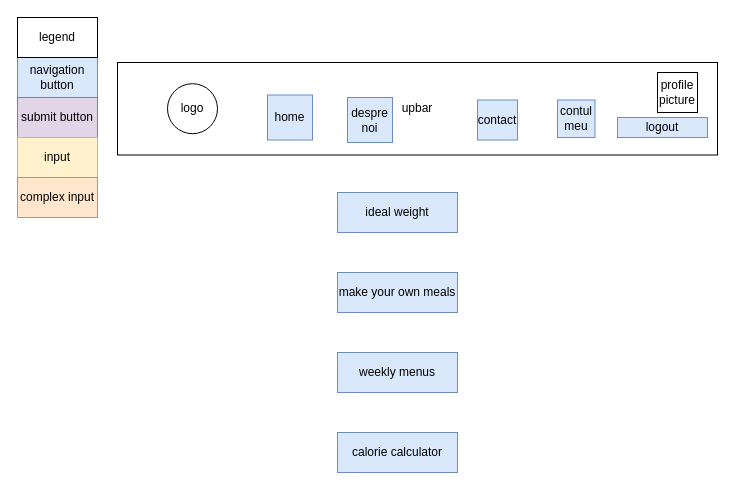
Above: page "after.login" (4 of 8) of docs/design/design.drawio in Ioan-Alexandru96/wellness-app (draw.io), before the change. Source tidied: cells renumbered, new cells numbered last; positions are measured from the earlier drawing's top-left corner, leaving out a move shared by most shapes. Both pictures are drawn from the tidied source at 100%, with x=0, y=0 at pixel (17, 17).
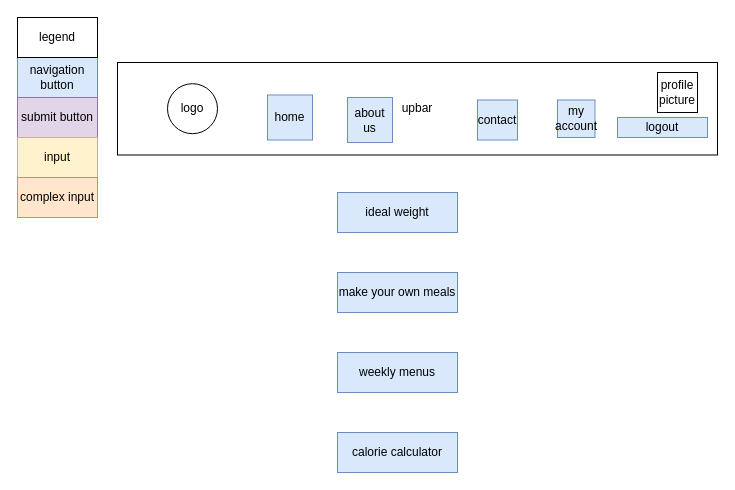
After the change.

Change to the diagram source:
```diff
@@
 <mxGraphModel>
   <root>
     <mxCell id="0" />
     <mxCell id="1" parent="0" />
     <mxCell id="2" value="upbar" style="rounded=0;whiteSpace=wrap;html=1;" parent="1" vertex="1">
       <mxGeometry x="100" y="45" width="600" height="92.5" as="geometry" />
     </mxCell>
     <mxCell id="3" value="logo" style="ellipse;whiteSpace=wrap;html=1;" parent="1" vertex="1">
       <mxGeometry x="150" y="66.2" width="50" height="50" as="geometry" />
     </mxCell>
     <mxCell id="4" value="home" style="whiteSpace=wrap;html=1;fillColor=#dae8fc;strokeColor=#6c8ebf;" parent="1" vertex="1">
       <mxGeometry x="250" y="77.5" width="45" height="45" as="geometry" />
     </mxCell>
     <mxCell id="5" value="contact" style="whiteSpace=wrap;html=1;fillColor=#dae8fc;strokeColor=#6c8ebf;" parent="1" vertex="1">
       <mxGeometry x="460" y="82.5" width="40" height="40" as="geometry" />
     </mxCell>
-    <mxCell id="6" value="despre noi" style="whiteSpace=wrap;html=1;fillColor=#dae8fc;strokeColor=#6c8ebf;" parent="1" vertex="1">
+    <mxCell id="6" value="about us" style="whiteSpace=wrap;html=1;fillColor=#dae8fc;strokeColor=#6c8ebf;" parent="1" vertex="1">
       <mxGeometry x="330" y="80" width="45" height="45" as="geometry" />
     </mxCell>
     <mxCell id="7" value="logout" style="rounded=0;whiteSpace=wrap;html=1;fillColor=#dae8fc;strokeColor=#6c8ebf;" parent="1" vertex="1">
       <mxGeometry x="600" y="100" width="90" height="20" as="geometry" />
     </mxCell>
-    <mxCell id="8" value="contul meu" style="whiteSpace=wrap;html=1;fillColor=#dae8fc;strokeColor=#6c8ebf;" parent="1" vertex="1">
+    <mxCell id="8" value="my account" style="whiteSpace=wrap;html=1;fillColor=#dae8fc;strokeColor=#6c8ebf;" parent="1" vertex="1">
       <mxGeometry x="540" y="82.5" width="37.5" height="37.5" as="geometry" />
     </mxCell>
     <mxCell id="9" value="profile picture" style="whiteSpace=wrap;html=1;" parent="1" vertex="1">
       <mxGeometry x="640" y="55" width="40" height="40" as="geometry" />
     </mxCell>
     <mxCell id="10" value="ideal weight" style="rounded=0;whiteSpace=wrap;html=1;fillColor=#dae8fc;strokeColor=#6c8ebf;" parent="1" vertex="1">
       <mxGeometry x="320" y="175" width="120" height="40" as="geometry" />
     </mxCell>
     <mxCell id="11" value="weekly menus" style="rounded=0;whiteSpace=wrap;html=1;fillColor=#dae8fc;strokeColor=#6c8ebf;" parent="1" vertex="1">
       <mxGeometry x="320" y="335" width="120" height="40" as="geometry" />
     </mxCell>
     <mxCell id="12" value="make your own meals" style="rounded=0;whiteSpace=wrap;html=1;fillColor=#dae8fc;strokeColor=#6c8ebf;" parent="1" vertex="1">
       <mxGeometry x="320" y="255" width="120" height="40" as="geometry" />
     </mxCell>
     <mxCell id="13" value="navigation button" style="rounded=0;whiteSpace=wrap;html=1;fillColor=#dae8fc;strokeColor=#6c8ebf;" parent="1" vertex="1">
       <mxGeometry y="40" width="80" height="40" as="geometry" />
     </mxCell>
     <mxCell id="14" value="submit button" style="rounded=0;whiteSpace=wrap;html=1;fillColor=#e1d5e7;strokeColor=#9673a6;" parent="1" vertex="1">
       <mxGeometry y="80" width="80" height="40" as="geometry" />
     </mxCell>
     <mxCell id="15" value="input" style="rounded=0;whiteSpace=wrap;html=1;fillColor=#fff2cc;strokeColor=#d6b656;" parent="1" vertex="1">
       <mxGeometry y="120" width="80" height="40" as="geometry" />
     </mxCell>
     <mxCell id="16" value="complex input" style="rounded=0;whiteSpace=wrap;html=1;fillColor=#ffe6cc;strokeColor=#d79b00;" parent="1" vertex="1">
       <mxGeometry y="160" width="80" height="40" as="geometry" />
     </mxCell>
     <mxCell id="17" value="legend" style="rounded=0;whiteSpace=wrap;html=1;" parent="1" vertex="1">
       <mxGeometry width="80" height="40" as="geometry" />
     </mxCell>
     <mxCell id="18" value="calorie calculator" style="rounded=0;whiteSpace=wrap;html=1;fillColor=#dae8fc;strokeColor=#6c8ebf;" parent="1" vertex="1">
       <mxGeometry x="320" y="415" width="120" height="40" as="geometry" />
     </mxCell>
   </root>
 </mxGraphModel>
```
